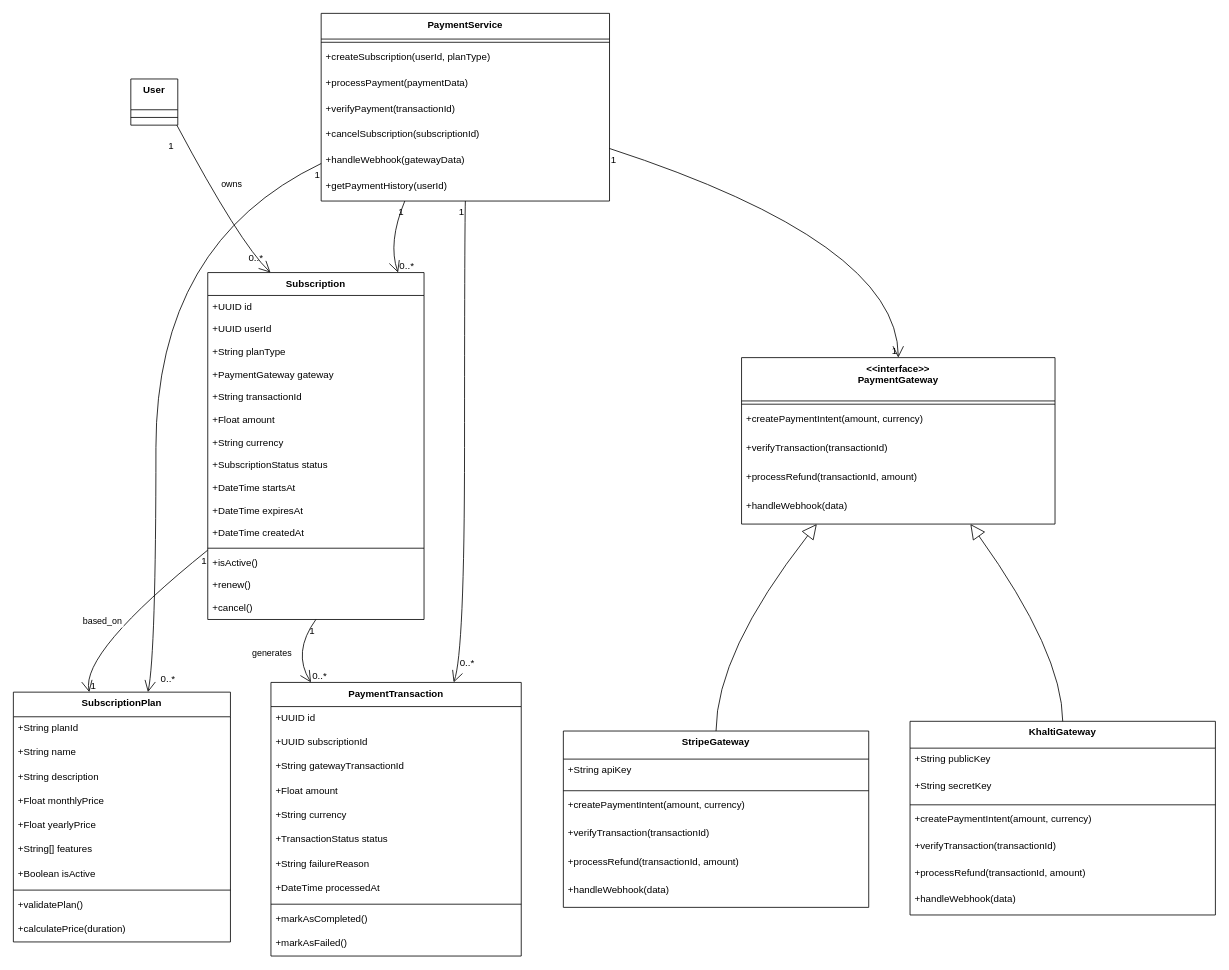
Earlier version of the draw.io diagram documents/Artifact Diagrams/Payment Integration/PaymentIntegration_Class.drawio (lujamanandhar/FYP). Source tidied: cells renumbered, new cells numbered last; positions are measured from the earlier drawing's top-left corner, leaving out a move shared by most shapes. Both pictures are drawn from the tidied source at 81%, with x=0, y=0 at pixel (13, 13).
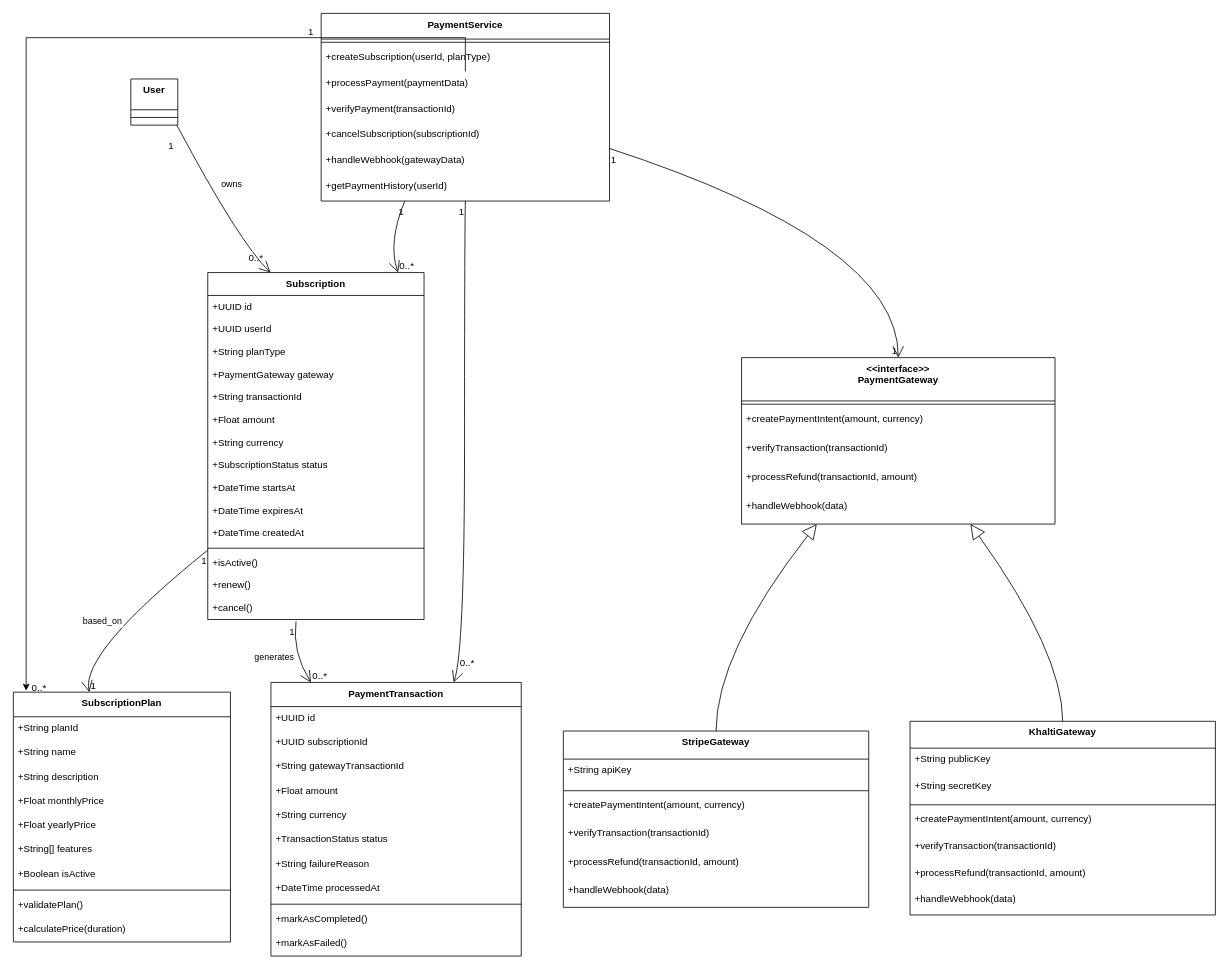
The same diagram, later.

Unchanged cells that the change refers to:
```xml
<mxCell id="2" value="PaymentService" style="swimlane;fontStyle=1;align=center;verticalAlign=top;horizontal=1;startSize=31.733333333333334;" parent="1" vertex="1">
  <mxGeometry x="380" width="356" height="231.7" as="geometry" />
</mxCell>
<mxCell id="5" value="+processPayment(paymentData)" style="text;strokeColor=none;fillColor=none;align=left;verticalAlign=top;spacingLeft=4;spacingRight=4;overflow=hidden;points=[[0,0.5],[1,0.5]];portConstraint=eastwest;" parent="2" vertex="1">
  <mxGeometry y="71.7" width="356" height="32" as="geometry" />
</mxCell>
<mxCell id="10" value="SubscriptionPlan" style="swimlane;fontStyle=1;align=center;verticalAlign=top;horizontal=1;startSize=30.4;" parent="1" vertex="1">
  <mxGeometry y="838" width="268" height="308.4" as="geometry" />
</mxCell>
<mxCell id="21" value="Subscription" style="swimlane;fontStyle=1;align=center;verticalAlign=top;horizontal=1;startSize=28.266666666666666;" parent="1" vertex="1">
  <mxGeometry x="240" y="320" width="267" height="428.3" as="geometry" />
</mxCell>
<mxCell id="36" value="+cancel()" style="text;strokeColor=none;fillColor=none;align=left;verticalAlign=top;spacingLeft=4;spacingRight=4;overflow=hidden;points=[[0,0.5],[1,0.5]];portConstraint=eastwest;" parent="21" vertex="1">
  <mxGeometry y="400.3" width="267" height="28" as="geometry" />
</mxCell>
<mxCell id="58" value="PaymentTransaction" style="swimlane;fontStyle=1;align=center;verticalAlign=top;horizontal=1;startSize=29.818181818181817;" parent="1" vertex="1">
  <mxGeometry x="318" y="826" width="309" height="337.8" as="geometry" />
</mxCell>
```

What changed in the source:
```diff
@@
-    <mxCell id="72" style="curved=1;startArrow=none;endArrow=open;endSize=12;exitX=0;exitY=0.8;entryX=0.62;entryY=0;rounded=0;" parent="1" edge="1" source="2" target="10">
-      <mxGeometry relative="1" as="geometry">
-        <Array as="points">
-          <mxPoint x="176" y="283" />
-          <mxPoint x="176" y="789" />
-        </Array>
-      </mxGeometry>
-    </mxCell>
-    <mxCell id="73" value="1" style="edgeLabel;labelBackgroundColor=none;fontSize=12;align=right;verticalAlign=top;" parent="72" vertex="1">
-      <mxGeometry x="-1" relative="1" as="geometry" />
-    </mxCell>
-    <mxCell id="74" value="0..*" style="edgeLabel;labelBackgroundColor=none;fontSize=12;align=left;verticalAlign=bottom;" parent="72" vertex="1">
-      <mxGeometry x="1" relative="1" as="geometry">
-        <mxPoint x="14" y="-8" as="offset" />
-      </mxGeometry>
-    </mxCell>
@@
-    <mxCell id="89" value="generates" style="curved=1;startArrow=none;endArrow=open;endSize=12;exitX=0.5;exitY=1;entryX=0.16;entryY=0;rounded=0;" parent="1" edge="1" source="21" target="58">
+    <mxCell id="89" value="generates" style="curved=1;startArrow=none;endArrow=open;endSize=12;exitX=0.408;exitY=1.079;entryX=0.16;entryY=0;rounded=0;exitDx=0;exitDy=0;exitPerimeter=0;" parent="1" edge="1" source="36" target="58">
       <mxGeometry x="0.07" y="-24" relative="1" as="geometry">
         <Array as="points">
           <mxPoint x="344" y="789" />
         </Array>
         <mxPoint x="-4" y="-12" as="offset" />
       </mxGeometry>
     </mxCell>
@@
+    <mxCell id="95" style="edgeStyle=orthogonalEdgeStyle;rounded=0;jettySize=auto;html=1;entryX=0.059;entryY=-0.006;entryDx=0;entryDy=0;entryPerimeter=0;" parent="1" edge="1" source="5" target="10">
+      <mxGeometry relative="1" as="geometry">
+        <Array as="points">
+          <mxPoint x="558" y="30" />
+          <mxPoint x="16" y="30" />
+        </Array>
+      </mxGeometry>
+    </mxCell>
+    <mxCell id="73" value="1" style="edgeLabel;labelBackgroundColor=none;fontSize=12;align=right;verticalAlign=top;" parent="1" vertex="1">
+      <mxGeometry x="300" y="40" as="geometry">
+        <mxPoint x="72" y="-31" as="offset" />
+      </mxGeometry>
+    </mxCell>
+    <mxCell id="74" value="0..*" style="edgeLabel;labelBackgroundColor=none;fontSize=12;align=left;verticalAlign=bottom;" parent="1" vertex="1">
+      <mxGeometry x="120" y="820" as="geometry">
+        <mxPoint x="-99" y="21" as="offset" />
+      </mxGeometry>
+    </mxCell>
```
